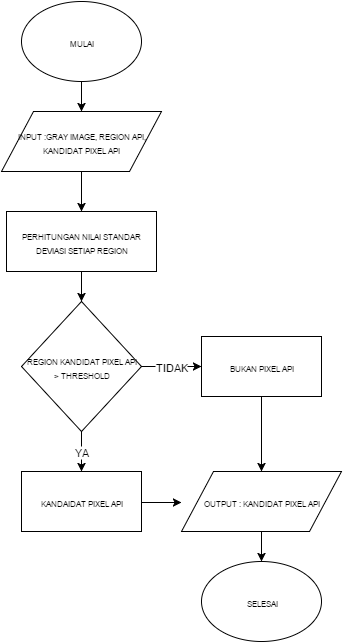
Before: source/variasi warna region.png, a diagram exported from draw.io (hamdimuzakkiy/bukuTA). Source tidied: cells renumbered, new cells last; positions are measured from the earlier drawing's top-left corner, leaving out a move shared by most shapes.
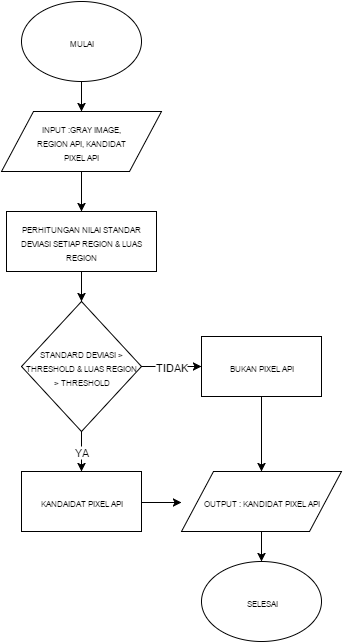
The same diagram one commit later.

What changed in the source:
```diff
@@ -5,19 +5,19 @@
     <mxCell id="2" value="&lt;font style=&quot;font-size: 8px&quot;&gt;MULAI&lt;/font&gt;" style="ellipse;whiteSpace=wrap;html=1;" parent="1" vertex="1">
       <mxGeometry x="20" width="120" height="80" as="geometry" />
     </mxCell>
-    <mxCell id="3" value="&lt;font style=&quot;font-size: 8px&quot;&gt;INPUT :GRAY IMAGE, REGION API, KANDIDAT PIXEL API&lt;/font&gt;" style="shape=parallelogram;whiteSpace=wrap;html=1;" parent="1" vertex="1">
+    <mxCell id="3" style="shape=parallelogram;whiteSpace=wrap;html=1;" parent="1" vertex="1">
       <mxGeometry y="110" width="160" height="60" as="geometry" />
     </mxCell>
     <mxCell id="4" style="endArrow=classic;html=1;exitX=0.5;exitY=1;entryX=0.5;entryY=0;" parent="1" edge="1" source="2" target="3">
       <mxGeometry relative="1" as="geometry" />
     </mxCell>
-    <mxCell id="5" value="&lt;font style=&quot;font-size: 8px&quot;&gt;PERHITUNGAN NILAI STANDAR DEVIASI SETIAP REGION&lt;/font&gt;" style="whiteSpace=wrap;html=1;" parent="1" vertex="1">
+    <mxCell id="5" value="&lt;font style=&quot;font-size: 8px&quot;&gt;PERHITUNGAN NILAI STANDAR DEVIASI SETIAP REGION &amp;amp; LUAS REGION&lt;/font&gt;" style="whiteSpace=wrap;html=1;" parent="1" vertex="1">
       <mxGeometry x="5" y="210" width="150" height="60" as="geometry" />
     </mxCell>
     <mxCell id="6" style="endArrow=classic;html=1;exitX=0.5;exitY=1;entryX=0.5;entryY=0;" parent="1" edge="1" source="3" target="5">
       <mxGeometry relative="1" as="geometry" />
     </mxCell>
-    <mxCell id="7" value="&lt;font style=&quot;font-size: 8px&quot;&gt;REGION KANDIDAT PIXEL API &amp;gt; THRESHOLD&lt;/font&gt;" style="rhombus;whiteSpace=wrap;html=1;" parent="1" vertex="1">
+    <mxCell id="7" value="&lt;font style=&quot;font-size: 8px&quot;&gt;STANDARD DEVIASI &amp;gt; THRESHOLD &amp;amp; LUAS REGION &amp;gt; THRESHOLD&lt;/font&gt;" style="rhombus;whiteSpace=wrap;html=1;" parent="1" vertex="1">
       <mxGeometry x="20" y="300" width="120" height="130" as="geometry" />
     </mxCell>
     <mxCell id="8" value="&lt;font style=&quot;font-size: 8px&quot;&gt;KANDAIDAT PIXEL API&lt;/font&gt;" style="whiteSpace=wrap;html=1;" parent="1" vertex="1">
@@ -56,5 +56,8 @@
     <mxCell id="18" style="endArrow=classic;html=1;exitX=0.5;exitY=1;entryX=0.5;entryY=0;" parent="1" edge="1" source="16" target="14">
       <mxGeometry relative="1" as="geometry" />
     </mxCell>
+    <mxCell id="19" value="&lt;span&gt;&lt;font style=&quot;font-size: 8px&quot;&gt;INPUT :GRAY IMAGE, REGION API, KANDIDAT PIXEL API&lt;/font&gt;&lt;/span&gt;" style="text;html=1;strokeColor=none;fillColor=none;align=center;verticalAlign=middle;whiteSpace=wrap;overflow=hidden;" parent="1" vertex="1">
+      <mxGeometry x="30" y="110" width="100" height="60" as="geometry" />
+    </mxCell>
   </root>
 </mxGraphModel>
```
